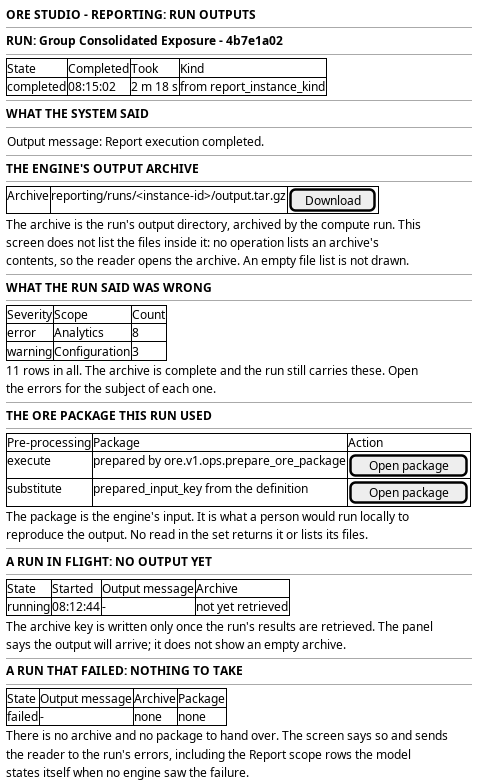
Earlier version of the PlantUML export doc/knowledge/journeys/reporting/wireframe_read_what_a_run_produced.png (OreStudio/OreStudio). Its source is kept beside it as doc/knowledge/journeys/reporting/wireframe_read_what_a_run_produced.puml.
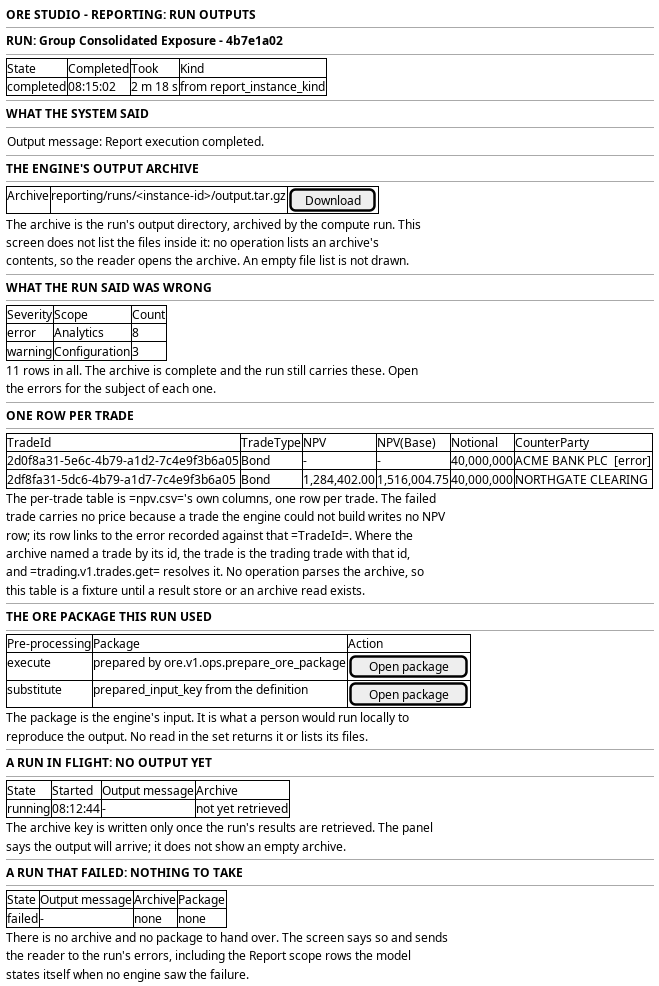
After the commit.

Commit message:
[docs] Drill from a run's figures down to one trade

The edit, as a diff of the source:
```diff
@@ -36,6 +36,20 @@
   11 rows in all. The archive is complete and the run still carries these. Open
   the errors for the subject of each one.
   --
+  <b>ONE ROW PER TRADE</b>
+  --
+  {#
+    TradeId | TradeType | NPV | NPV(Base) | Notional | CounterParty
+    2d0f8a31-5e6c-4b79-a1d2-7c4e9f3b6a05 | Bond | - | - | 40,000,000 | ACME BANK PLC  [error]
+    2df8fa31-5dc6-4b79-a1d7-7c4e9f3b6a05 | Bond | 1,284,402.00 | 1,516,004.75 | 40,000,000 | NORTHGATE CLEARING
+  }
+  The per-trade table is =npv.csv='s own columns, one row per trade. The failed
+  trade carries no price because a trade the engine could not build writes no NPV
+  row; its row links to the error recorded against that =TradeId=. Where the
+  archive named a trade by its id, the trade is the trading trade with that id,
+  and =trading.v1.trades.get= resolves it. No operation parses the archive, so
+  this table is a fixture until a result store or an archive read exists.
+  --
   <b>THE ORE PACKAGE THIS RUN USED</b>
   --
   {#
```
